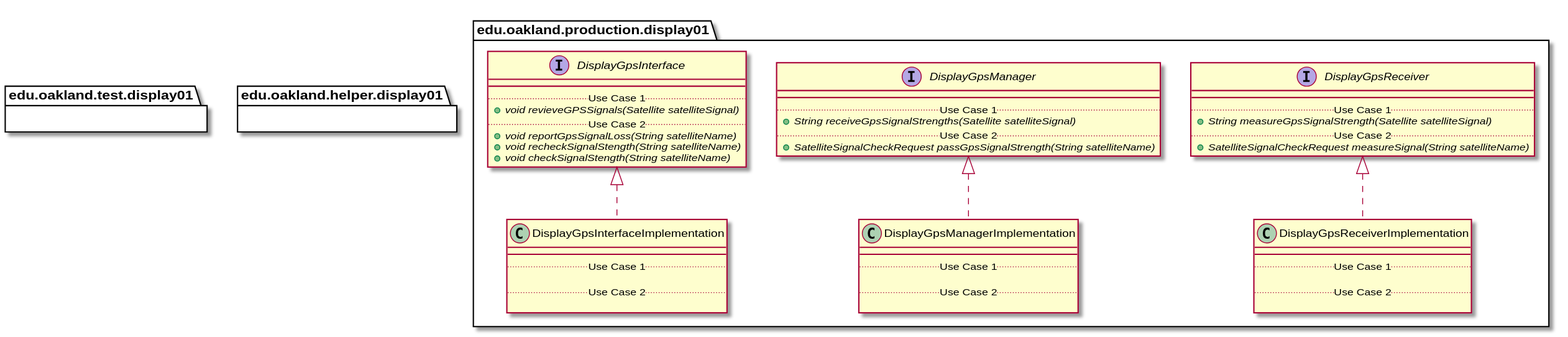
The PlantUML diagram docs/uml-class-diagrams/display01/Display01Packages_InternalDependencies.svg in andrewdimmer/csi-3370-software-project, before a commit.
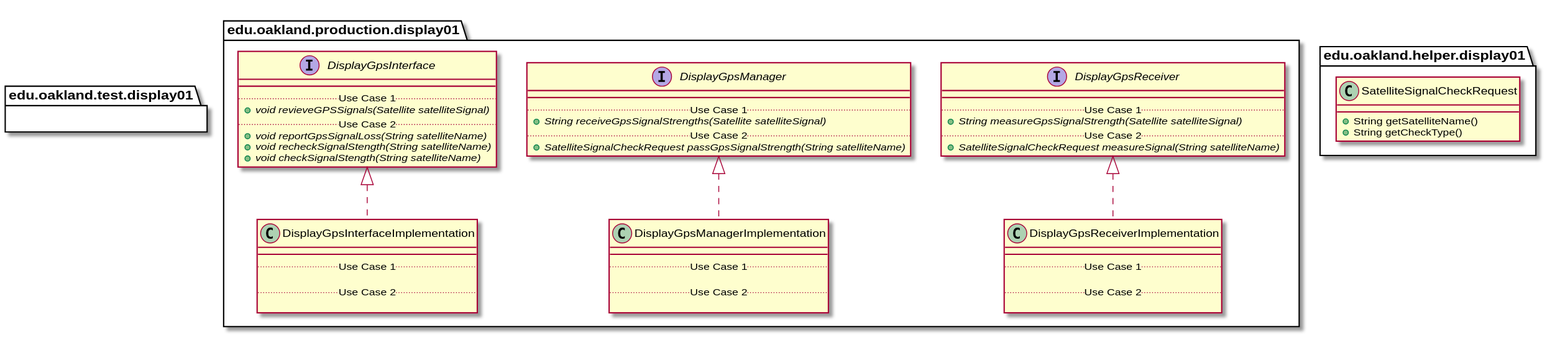
After the change.

What changed in the source:
```diff
@@ -97,4 +97,14 @@
 }
 
 
+package edu.oakland.helper.display01 {
+    class SatelliteSignalCheckRequest {
+        + String getSatelliteName()
+        + String getCheckType()
+    }
+}
+
+
+
+
 @enduml
```
